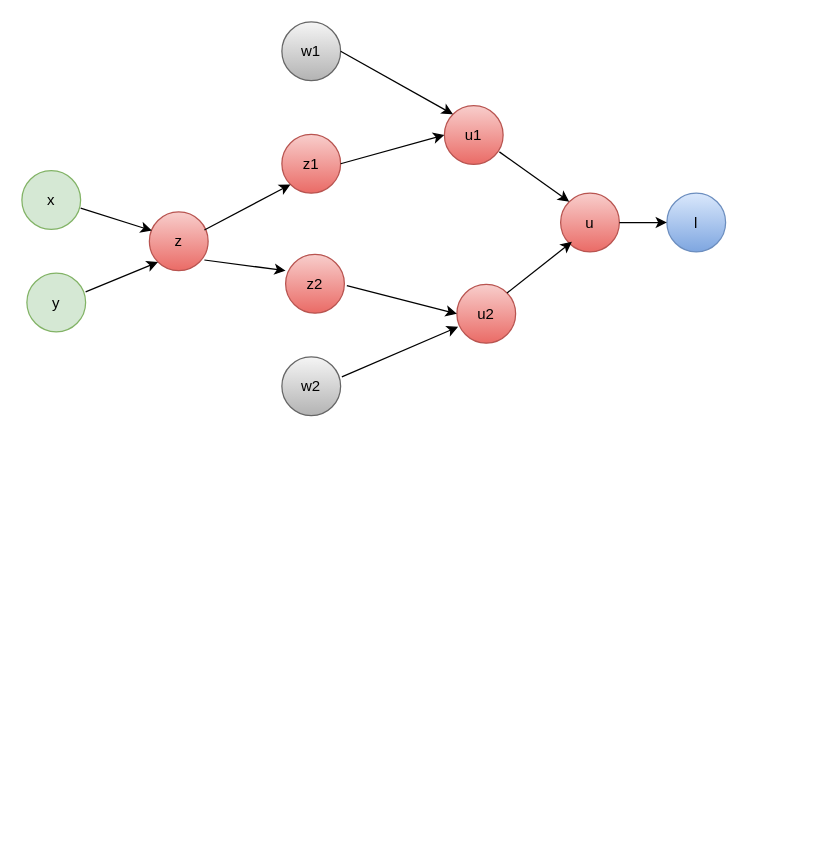
The draw.io diagram pytorch自动求导示例.drawio in wenjunyang/drawio, before the edit. Source tidied: cells renumbered, new cells numbered last; positions are measured from the earlier drawing's top-left corner, leaving out a move shared by most shapes. Both pictures are drawn from the tidied source at 125%, with x=0, y=0 at pixel (21, 21).
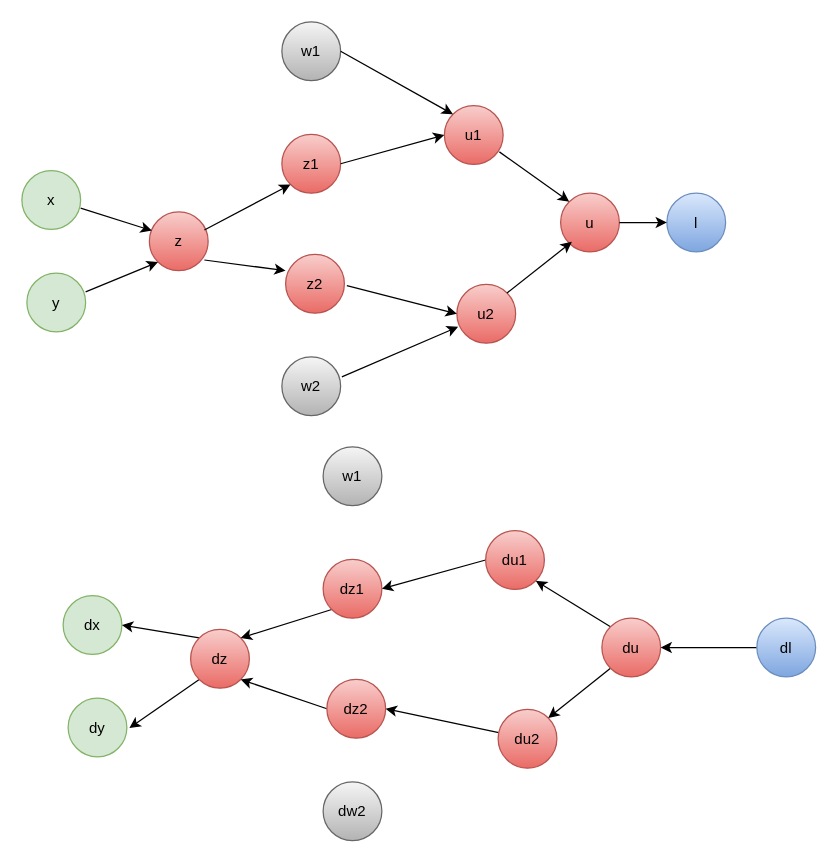
After the change.

Commit message:
更新pytorch自动求导示例.drawio

The edit, as a diff of the source:
```diff
@@
+    <mxCell id="24" value="w1" style="ellipse;whiteSpace=wrap;html=1;fillColor=#f5f5f5;gradientColor=#b3b3b3;strokeColor=#666666;" parent="1" vertex="1">
+      <mxGeometry x="241" y="340" width="47" height="47" as="geometry" />
+    </mxCell>
+    <mxCell id="25" value="dw2" style="ellipse;whiteSpace=wrap;html=1;fillColor=#f5f5f5;gradientColor=#b3b3b3;strokeColor=#666666;" parent="1" vertex="1">
+      <mxGeometry x="241" y="608" width="47" height="47" as="geometry" />
+    </mxCell>
+    <mxCell id="26" value="dx" style="ellipse;whiteSpace=wrap;html=1;fillColor=#d5e8d4;strokeColor=#82b366;" parent="1" vertex="1">
+      <mxGeometry x="33" y="459" width="47" height="47" as="geometry" />
+    </mxCell>
+    <mxCell id="27" value="dy" style="ellipse;whiteSpace=wrap;html=1;fillColor=#d5e8d4;strokeColor=#82b366;" parent="1" vertex="1">
+      <mxGeometry x="37" y="541" width="47" height="47" as="geometry" />
+    </mxCell>
+    <mxCell id="28" style="rounded=0;jettySize=auto;html=1;exitX=0;exitY=1;exitDx=0;exitDy=0;" parent="1" edge="1" source="30">
+      <mxGeometry relative="1" as="geometry">
+        <mxPoint x="86" y="565" as="targetPoint" />
+      </mxGeometry>
+    </mxCell>
+    <mxCell id="29" style="rounded=0;jettySize=auto;html=1;exitX=0;exitY=0;exitDx=0;exitDy=0;entryX=1;entryY=0.5;entryDx=0;entryDy=0;" parent="1" edge="1" source="30" target="26">
+      <mxGeometry relative="1" as="geometry" />
+    </mxCell>
+    <mxCell id="30" value="dz" style="ellipse;whiteSpace=wrap;html=1;fillColor=#f8cecc;strokeColor=#b85450;gradientColor=#ea6b66;" parent="1" vertex="1">
+      <mxGeometry x="135" y="486" width="47" height="47" as="geometry" />
+    </mxCell>
+    <mxCell id="31" style="rounded=0;jettySize=auto;html=1;exitX=0;exitY=1;exitDx=0;exitDy=0;entryX=1;entryY=0;entryDx=0;entryDy=0;" parent="1" edge="1" source="32" target="30">
+      <mxGeometry relative="1" as="geometry" />
+    </mxCell>
+    <mxCell id="32" value="dz1" style="ellipse;whiteSpace=wrap;html=1;fillColor=#f8cecc;strokeColor=#b85450;gradientColor=#ea6b66;" parent="1" vertex="1">
+      <mxGeometry x="241" y="430" width="47" height="47" as="geometry" />
+    </mxCell>
+    <mxCell id="33" style="rounded=0;jettySize=auto;html=1;exitX=0;exitY=0.5;exitDx=0;exitDy=0;entryX=1;entryY=1;entryDx=0;entryDy=0;" parent="1" edge="1" source="34" target="30">
+      <mxGeometry relative="1" as="geometry" />
+    </mxCell>
+    <mxCell id="34" value="dz2" style="ellipse;whiteSpace=wrap;html=1;fillColor=#f8cecc;strokeColor=#b85450;gradientColor=#ea6b66;" parent="1" vertex="1">
+      <mxGeometry x="244" y="526" width="47" height="47" as="geometry" />
+    </mxCell>
+    <mxCell id="35" style="rounded=0;jettySize=auto;html=1;exitX=0;exitY=0.5;exitDx=0;exitDy=0;entryX=1;entryY=0.5;entryDx=0;entryDy=0;" parent="1" edge="1" source="36" target="32">
+      <mxGeometry relative="1" as="geometry" />
+    </mxCell>
+    <mxCell id="36" value="du1" style="ellipse;whiteSpace=wrap;html=1;fillColor=#f8cecc;strokeColor=#b85450;gradientColor=#ea6b66;" parent="1" vertex="1">
+      <mxGeometry x="371" y="407" width="47" height="47" as="geometry" />
+    </mxCell>
+    <mxCell id="37" style="rounded=0;jettySize=auto;html=1;entryX=1;entryY=0.5;entryDx=0;entryDy=0;" parent="1" edge="1" source="38" target="34">
+      <mxGeometry relative="1" as="geometry" />
+    </mxCell>
+    <mxCell id="38" value="du2" style="ellipse;whiteSpace=wrap;html=1;fillColor=#f8cecc;strokeColor=#b85450;gradientColor=#ea6b66;" parent="1" vertex="1">
+      <mxGeometry x="381" y="550" width="47" height="47" as="geometry" />
+    </mxCell>
+    <mxCell id="39" style="rounded=0;jettySize=auto;html=1;exitX=0;exitY=1;exitDx=0;exitDy=0;entryX=1;entryY=0;entryDx=0;entryDy=0;" parent="1" edge="1" source="41" target="38">
+      <mxGeometry relative="1" as="geometry" />
+    </mxCell>
+    <mxCell id="40" style="rounded=0;jettySize=auto;html=1;exitX=0;exitY=0;exitDx=0;exitDy=0;entryX=1;entryY=1;entryDx=0;entryDy=0;" parent="1" edge="1" source="41" target="36">
+      <mxGeometry relative="1" as="geometry" />
+    </mxCell>
+    <mxCell id="41" value="du" style="ellipse;whiteSpace=wrap;html=1;fillColor=#f8cecc;strokeColor=#b85450;gradientColor=#ea6b66;" parent="1" vertex="1">
+      <mxGeometry x="464" y="477" width="47" height="47" as="geometry" />
+    </mxCell>
+    <mxCell id="42" style="edgeStyle=orthogonalEdgeStyle;rounded=0;jettySize=auto;html=1;" parent="1" edge="1" source="43" target="41">
+      <mxGeometry relative="1" as="geometry" />
+    </mxCell>
+    <mxCell id="43" value="dl" style="ellipse;whiteSpace=wrap;html=1;fillColor=#dae8fc;strokeColor=#6c8ebf;gradientColor=#7ea6e0;" parent="1" vertex="1">
+      <mxGeometry x="588" y="477" width="47" height="47" as="geometry" />
+    </mxCell>
```
